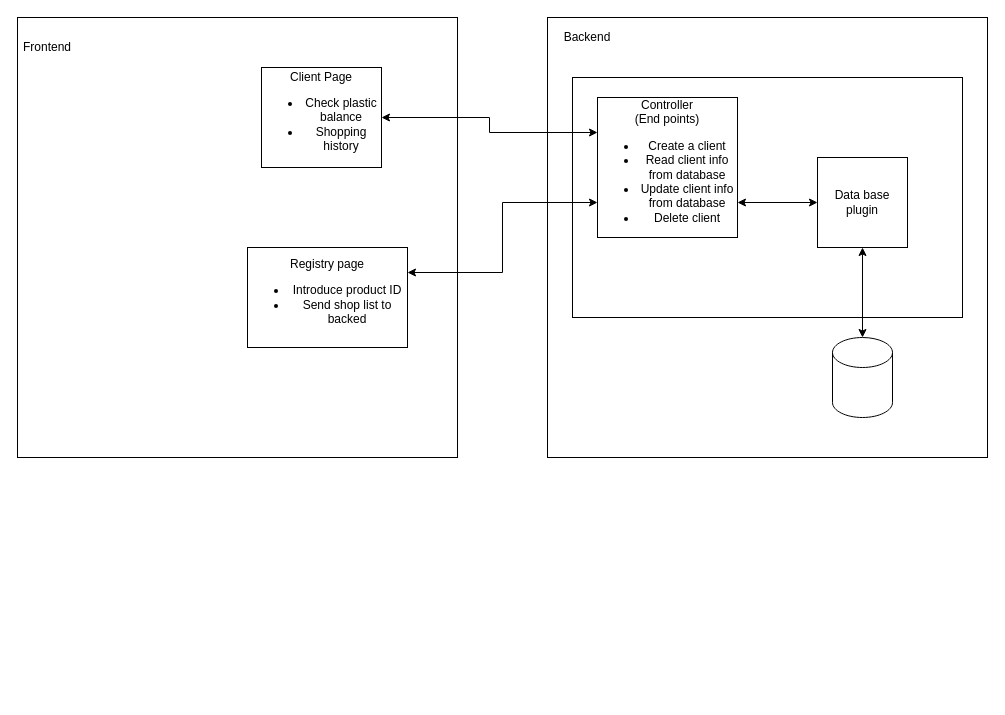
Above: Plastic project.drawio in flsoares8/cs50_Final_Project (draw.io), before the change. Source tidied: cells renumbered, new cells numbered last; positions are measured from the earlier drawing's top-left corner, leaving out a move shared by most shapes. Both pictures are drawn from the tidied source at 100%, with x=0, y=0 at pixel (17, 17).
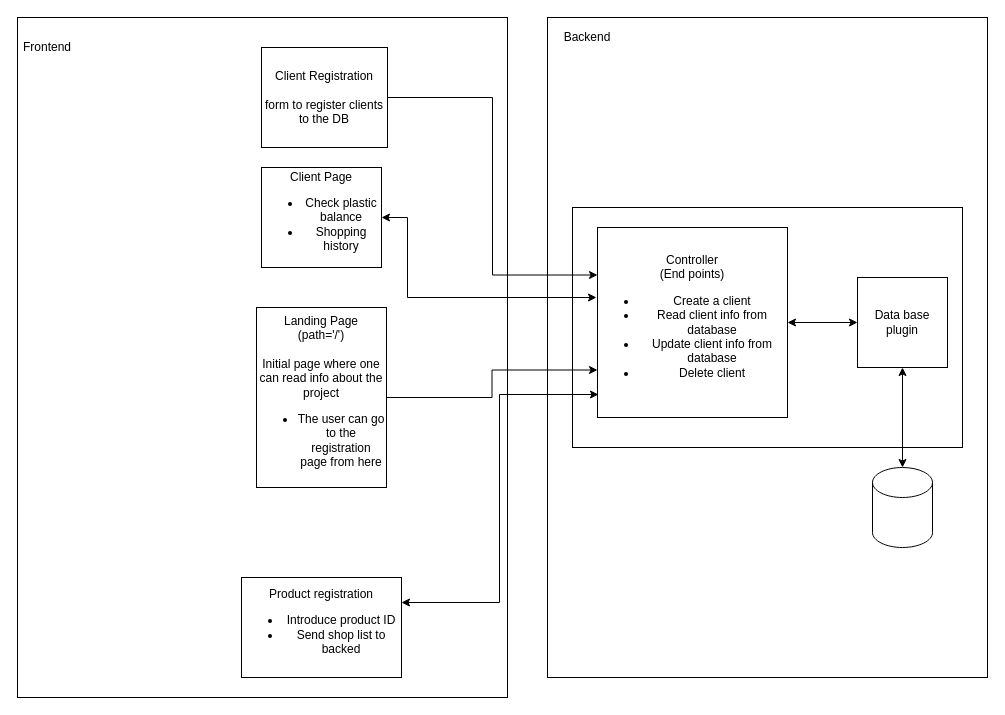
The same page after the edit.

Commit message:
Update Project architecture diagram

Diff of the diagram source:
```diff
@@
     <mxCell id="2" style="whiteSpace=wrap;html=1;" parent="1" vertex="1">
-      <mxGeometry x="530" width="440" height="440" as="geometry" />
+      <mxGeometry x="530" width="440" height="660" as="geometry" />
     </mxCell>
     <mxCell id="3" style="shape=cylinder2;whiteSpace=wrap;html=1;boundedLbl=1;backgroundOutline=1;size=15;" parent="1" vertex="1">
-      <mxGeometry x="815" y="320" width="60" height="80" as="geometry" />
+      <mxGeometry x="855" y="450" width="60" height="80" as="geometry" />
     </mxCell>
-    <mxCell id="4" style="whiteSpace=wrap;html=1;" parent="1" vertex="1">
-      <mxGeometry width="440" height="440" as="geometry" />
+    <mxCell id="4" style="whiteSpace=wrap;html=1;imageAspect=1;" parent="1" vertex="1">
+      <mxGeometry width="490" height="680" as="geometry" />
     </mxCell>
     <mxCell id="5" value="&lt;div&gt;Client Page&lt;/div&gt;&lt;div&gt;&lt;ul&gt;&lt;li&gt;Check plastic balance&lt;/li&gt;&lt;li&gt;Shopping history&lt;/li&gt;&lt;/ul&gt;&lt;/div&gt;" style="rounded=0;whiteSpace=wrap;html=1;" parent="1" vertex="1">
-      <mxGeometry x="244" y="50" width="120" height="100" as="geometry" />
+      <mxGeometry x="244" y="150" width="120" height="100" as="geometry" />
     </mxCell>
-    <mxCell id="6" value="&lt;div&gt;Registry page&lt;/div&gt;&lt;div&gt;&lt;ul&gt;&lt;li&gt;Introduce product ID&lt;/li&gt;&lt;li&gt;Send shop list to backed&lt;/li&gt;&lt;/ul&gt;&lt;/div&gt;" style="rounded=0;whiteSpace=wrap;html=1;" parent="1" vertex="1">
-      <mxGeometry x="230" y="230" width="160" height="100" as="geometry" />
+    <mxCell id="6" value="&lt;div&gt;Product registration&lt;/div&gt;&lt;div&gt;&lt;ul&gt;&lt;li&gt;Introduce product ID&lt;/li&gt;&lt;li&gt;Send shop list to backed&lt;/li&gt;&lt;/ul&gt;&lt;/div&gt;" style="rounded=0;whiteSpace=wrap;html=1;" parent="1" vertex="1">
+      <mxGeometry x="224" y="560" width="160" height="100" as="geometry" />
     </mxCell>
@@
     <mxCell id="9" style="rounded=0;whiteSpace=wrap;html=1;" parent="1" vertex="1">
-      <mxGeometry x="555" y="60" width="390" height="240" as="geometry" />
+      <mxGeometry x="555" y="190" width="390" height="240" as="geometry" />
     </mxCell>
-    <mxCell id="10" style="edgeStyle=orthogonalEdgeStyle;rounded=0;jettySize=auto;html=1;exitX=1;exitY=0.75;exitDx=0;exitDy=0;startArrow=classic;startFill=1;" parent="1" edge="1" source="11" target="13">
+    <mxCell id="10" style="edgeStyle=orthogonalEdgeStyle;rounded=0;jettySize=auto;html=1;exitX=1;exitY=0.5;exitDx=0;exitDy=0;startArrow=classic;startFill=1;" parent="1" edge="1" source="11" target="13">
       <mxGeometry relative="1" as="geometry" />
     </mxCell>
     <mxCell id="11" value="&lt;div&gt;Controller&lt;/div&gt;&lt;div&gt;(End points)&lt;/div&gt;&lt;div&gt;&lt;ul&gt;&lt;li&gt;Create a client&lt;/li&gt;&lt;li&gt;Read client info from database&lt;/li&gt;&lt;li&gt;Update client info from database&lt;/li&gt;&lt;li&gt;Delete client&lt;/li&gt;&lt;/ul&gt;&lt;/div&gt;" style="whiteSpace=wrap;html=1;" parent="1" vertex="1">
-      <mxGeometry x="580" y="80" width="140" height="140" as="geometry" />
+      <mxGeometry x="580" y="210" width="190" height="190" as="geometry" />
     </mxCell>
@@
     <mxCell id="13" value="Data base plugin" style="whiteSpace=wrap;html=1;" parent="1" vertex="1">
-      <mxGeometry x="800" y="140" width="90" height="90" as="geometry" />
+      <mxGeometry x="840" y="260" width="90" height="90" as="geometry" />
     </mxCell>
-    <mxCell id="14" style="edgeStyle=orthogonalEdgeStyle;rounded=0;jettySize=auto;html=1;exitX=1;exitY=0.5;exitDx=0;exitDy=0;entryX=0;entryY=0.25;entryDx=0;entryDy=0;startArrow=classic;startFill=1;" parent="1" edge="1" source="5" target="11">
-      <mxGeometry relative="1" as="geometry" />
+    <mxCell id="14" style="edgeStyle=orthogonalEdgeStyle;rounded=0;jettySize=auto;html=1;exitX=1;exitY=0.5;exitDx=0;exitDy=0;startArrow=classic;startFill=1;" parent="1" edge="1" source="5">
+      <mxGeometry relative="1" as="geometry">
+        <mxPoint x="579" y="280" as="targetPoint" />
+        <Array as="points">
+          <mxPoint x="390" y="200" />
+          <mxPoint x="390" y="280" />
+          <mxPoint x="579" y="280" />
+        </Array>
+      </mxGeometry>
     </mxCell>
-    <mxCell id="15" style="edgeStyle=orthogonalEdgeStyle;rounded=0;jettySize=auto;html=1;exitX=1;exitY=0.25;exitDx=0;exitDy=0;entryX=0;entryY=0.75;entryDx=0;entryDy=0;startArrow=classic;startFill=1;" parent="1" edge="1" source="6" target="11">
+    <mxCell id="15" style="edgeStyle=orthogonalEdgeStyle;rounded=0;jettySize=auto;html=1;exitX=1;exitY=0.25;exitDx=0;exitDy=0;entryX=0.005;entryY=0.879;entryDx=0;entryDy=0;startArrow=classic;startFill=1;entryPerimeter=0;" parent="1" edge="1" source="6" target="11">
       <mxGeometry relative="1" as="geometry" />
     </mxCell>
+    <mxCell id="16" style="edgeStyle=orthogonalEdgeStyle;rounded=0;jettySize=auto;html=1;entryX=0;entryY=0.25;entryDx=0;entryDy=0;" parent="1" edge="1" source="17" target="11">
+      <mxGeometry relative="1" as="geometry" />
+    </mxCell>
+    <mxCell id="17" value="&lt;div&gt;Client Registration&lt;/div&gt;&lt;div&gt;&lt;br&gt;&lt;/div&gt;&lt;div&gt;form to register clients to the DB&lt;/div&gt;" style="rounded=0;whiteSpace=wrap;html=1;" parent="1" vertex="1">
+      <mxGeometry x="244" y="30" width="126" height="100" as="geometry" />
+    </mxCell>
+    <mxCell id="18" style="edgeStyle=orthogonalEdgeStyle;rounded=0;jettySize=auto;html=1;entryX=0;entryY=0.75;entryDx=0;entryDy=0;" parent="1" edge="1" source="19" target="11">
+      <mxGeometry relative="1" as="geometry" />
+    </mxCell>
+    <mxCell id="19" value="&lt;div&gt;Landing Page&lt;/div&gt;&lt;div&gt;(path='/')&lt;/div&gt;&lt;div&gt;&lt;br&gt;&lt;/div&gt;&lt;div&gt;Initial page where one can read info about the project&lt;/div&gt;&lt;div&gt;&lt;ul&gt;&lt;li&gt;The user can go to the registration page from here&lt;/li&gt;&lt;/ul&gt;&lt;/div&gt;" style="rounded=0;whiteSpace=wrap;html=1;" parent="1" vertex="1">
+      <mxGeometry x="239" y="290" width="130" height="180" as="geometry" />
+    </mxCell>
```
